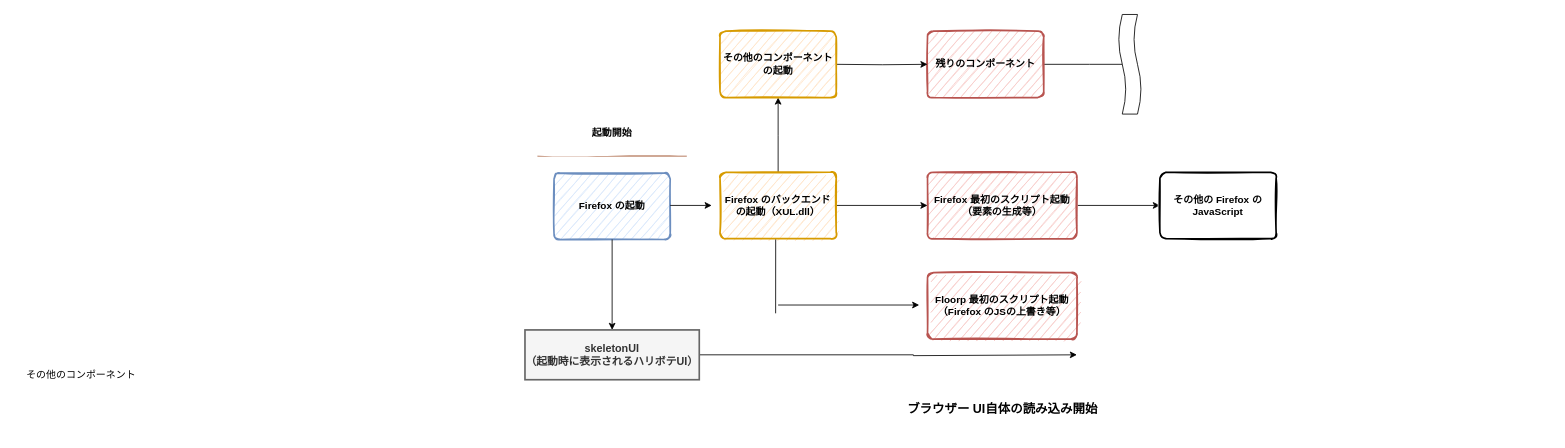
surapunoyousei/monot keeps this draw.io diagram as 名称未設定ファイル.drawio. Above is the earlier version. Source tidied: cells renumbered, new cells numbered last; positions are measured from the earlier drawing's top-left corner, leaving out a move shared by most shapes. Both pictures are drawn from the tidied source at 83%, with x=0, y=0 at pixel (14, 31).
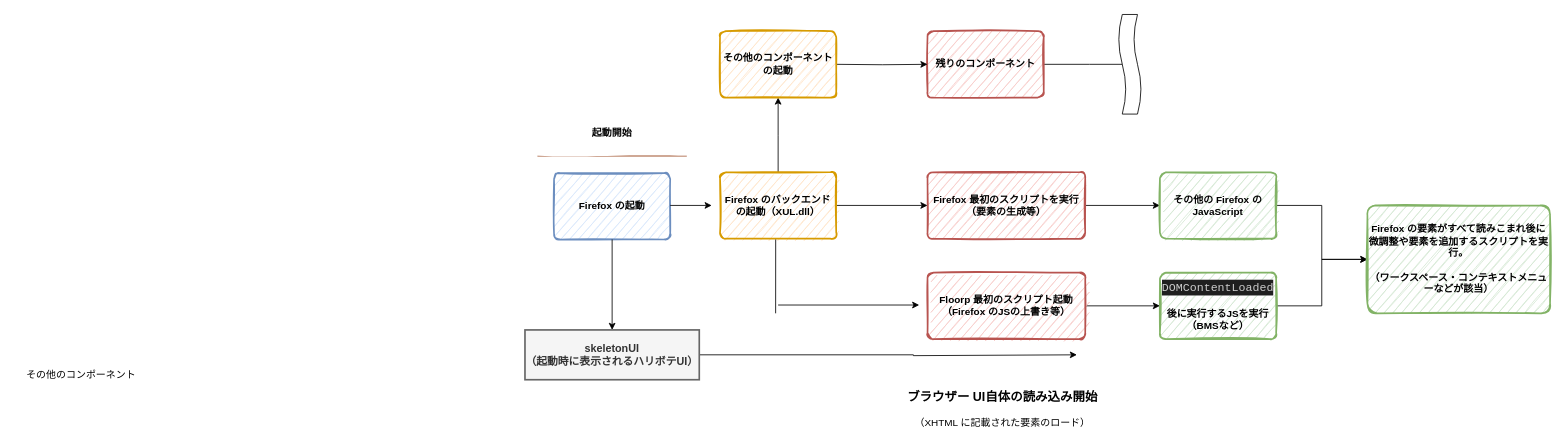
The same page after the edit.

Commit message:
名称未設定ファイル.drawio を更新します

Diff of the diagram source:
```diff
@@
-    <mxCell id="5" value="Firefox 最初のスクリプト起動&lt;br&gt;（要素の生成等）" style="whiteSpace=wrap;html=1;strokeWidth=2;fillColor=#f8cecc;fontStyle=1;spacingTop=0;rounded=1;arcSize=9;points=[];sketch=1;fontFamily=Permanent Marker;hachureGap=8;fillWeight=1;strokeColor=#b85450;" parent="1" vertex="1">
-      <mxGeometry x="1100" y="170" width="180" height="80" as="geometry" />
+    <mxCell id="5" value="Firefox 最初のスクリプトを実行&lt;br&gt;（要素の生成等）" style="whiteSpace=wrap;html=1;strokeWidth=2;fillColor=#f8cecc;fontStyle=1;spacingTop=0;rounded=1;arcSize=9;points=[];sketch=1;fontFamily=Permanent Marker;hachureGap=8;fillWeight=1;strokeColor=#b85450;" parent="1" vertex="1">
+      <mxGeometry x="1100" y="170" width="190" height="80" as="geometry" />
     </mxCell>
@@
+    <mxCell id="24" style="edgeStyle=orthogonalEdgeStyle;rounded=0;jettySize=auto;html=1;" parent="1" edge="1" source="12" target="28">
+      <mxGeometry relative="1" as="geometry" />
+    </mxCell>
-    <mxCell id="12" value="&lt;div&gt;その他の Firefox の JavaScript&lt;/div&gt;" style="whiteSpace=wrap;html=1;strokeWidth=2;fillColor=swimlane;fontStyle=1;spacingTop=0;rounded=1;arcSize=9;points=[];sketch=1;fontFamily=Permanent Marker;hachureGap=8;fillWeight=1;" parent="1" vertex="1">
+    <mxCell id="12" value="&lt;div&gt;その他の Firefox の JavaScript&lt;/div&gt;" style="whiteSpace=wrap;html=1;strokeWidth=2;fillColor=#d5e8d4;fontStyle=1;spacingTop=0;rounded=1;arcSize=9;points=[];sketch=1;fontFamily=Permanent Marker;hachureGap=8;fillWeight=1;strokeColor=#82b366;" parent="1" vertex="1">
       <mxGeometry x="1380" y="170" width="140" height="80" as="geometry" />
     </mxCell>
@@
+    <mxCell id="25" style="edgeStyle=orthogonalEdgeStyle;rounded=0;jettySize=auto;html=1;" parent="1" edge="1" source="20" target="27">
+      <mxGeometry relative="1" as="geometry" />
+    </mxCell>
     <mxCell id="20" value="Floorp 最初のスクリプト起動&lt;br&gt;（Firefox のJSの上書き等）" style="whiteSpace=wrap;html=1;strokeWidth=2;fillColor=#f8cecc;fontStyle=1;spacingTop=0;rounded=1;arcSize=9;points=[];sketch=1;fontFamily=Permanent Marker;hachureGap=8;fillWeight=1;strokeColor=#b85450;" parent="1" vertex="1">
-      <mxGeometry x="1100" y="291" width="180" height="80" as="geometry" />
+      <mxGeometry x="1100" y="291" width="190" height="80" as="geometry" />
     </mxCell>
@@
-    <mxCell id="23" value="&lt;b&gt;&lt;font style=&quot;font-size: 15px;&quot;&gt;ブラウザー UI自体の読み込み開始&lt;/font&gt;&lt;/b&gt;" style="text;html=1;align=center;verticalAlign=middle;strokeColor=none;fillColor=none;" parent="1" vertex="1">
-      <mxGeometry x="1065" y="440" width="250" height="30" as="geometry" />
+    <mxCell id="23" value="&lt;b&gt;&lt;font style=&quot;font-size: 15px;&quot;&gt;ブラウザー UI自体の読み込み開始&lt;/font&gt;&lt;/b&gt;&lt;br&gt;&lt;br&gt;（XHTML に記載された要素のロード）" style="text;html=1;align=center;verticalAlign=middle;strokeColor=none;fillColor=none;" parent="1" vertex="1">
+      <mxGeometry x="1065" y="425" width="250" height="60" as="geometry" />
     </mxCell>
+    <mxCell id="26" style="edgeStyle=orthogonalEdgeStyle;rounded=0;jettySize=auto;html=1;" parent="1" edge="1" source="27" target="28">
+      <mxGeometry relative="1" as="geometry" />
+    </mxCell>
+    <mxCell id="27" value="&lt;div style=&quot;color: rgb(204, 204, 204); background-color: rgb(31, 31, 31); font-family: Consolas, &amp;quot;Courier New&amp;quot;, monospace; font-weight: normal; font-size: 14px; line-height: 19px;&quot;&gt;&lt;div&gt;DOMContentLoaded&lt;/div&gt;&lt;/div&gt;&lt;div&gt;&lt;br&gt;&lt;/div&gt;&lt;div&gt;後に実行するJSを実行&lt;/div&gt;（BMSなど）" style="whiteSpace=wrap;html=1;strokeWidth=2;fillColor=#d5e8d4;fontStyle=1;spacingTop=0;rounded=1;arcSize=9;points=[];sketch=1;fontFamily=Permanent Marker;hachureGap=8;fillWeight=1;strokeColor=#82b366;" parent="1" vertex="1">
+      <mxGeometry x="1380" y="291" width="140" height="80" as="geometry" />
+    </mxCell>
+    <mxCell id="28" value="Firefox の要素がすべて読みこまれ後に微調整や要素を追加するスクリプトを実行。&lt;br&gt;&lt;br&gt;（ワークスペース・コンテキストメニューなどが該当）" style="whiteSpace=wrap;html=1;strokeWidth=2;fillColor=#d5e8d4;fontStyle=1;spacingTop=0;rounded=1;arcSize=9;points=[];sketch=1;fontFamily=Permanent Marker;hachureGap=8;fillWeight=1;strokeColor=#82b366;" parent="1" vertex="1">
+      <mxGeometry x="1630" y="210" width="220" height="130" as="geometry" />
+    </mxCell>
```
